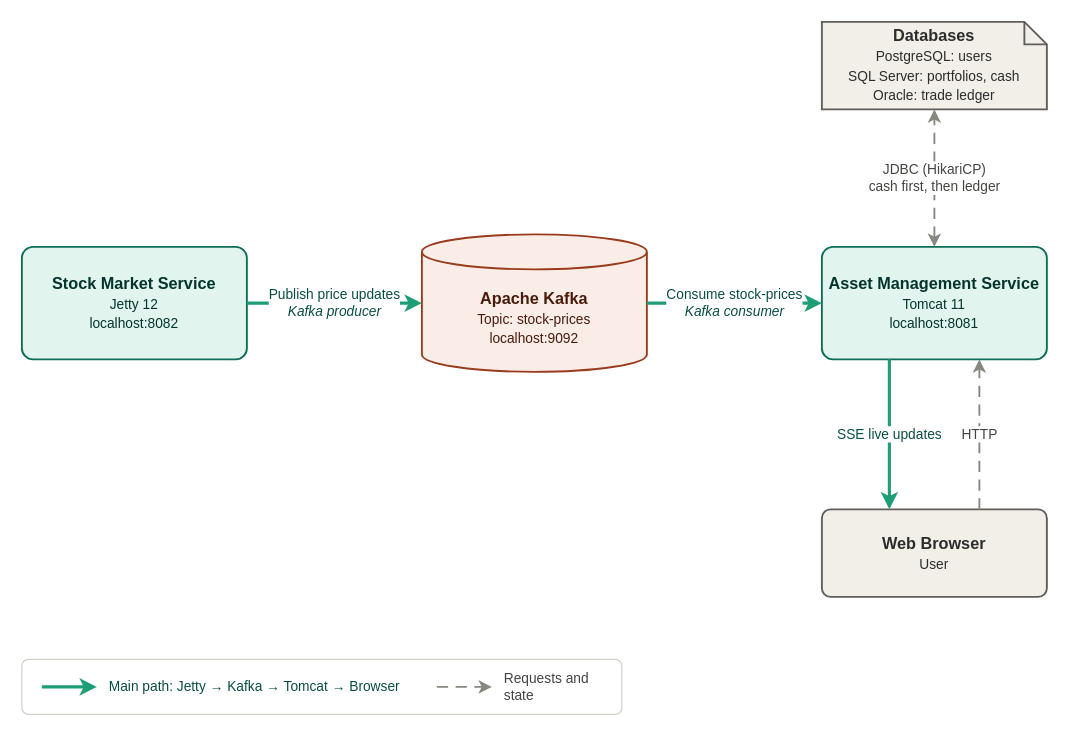
The draw.io diagram stock-market-project/stock-portfolio-architecture.drawio in alexvladu/distributed-java, before the edit. Source tidied: cells renumbered, new cells numbered last; positions are measured from the earlier drawing's top-left corner, leaving out a move shared by most shapes. Both pictures are drawn from the tidied source at 125%, with x=0, y=0 at pixel (21, 21).
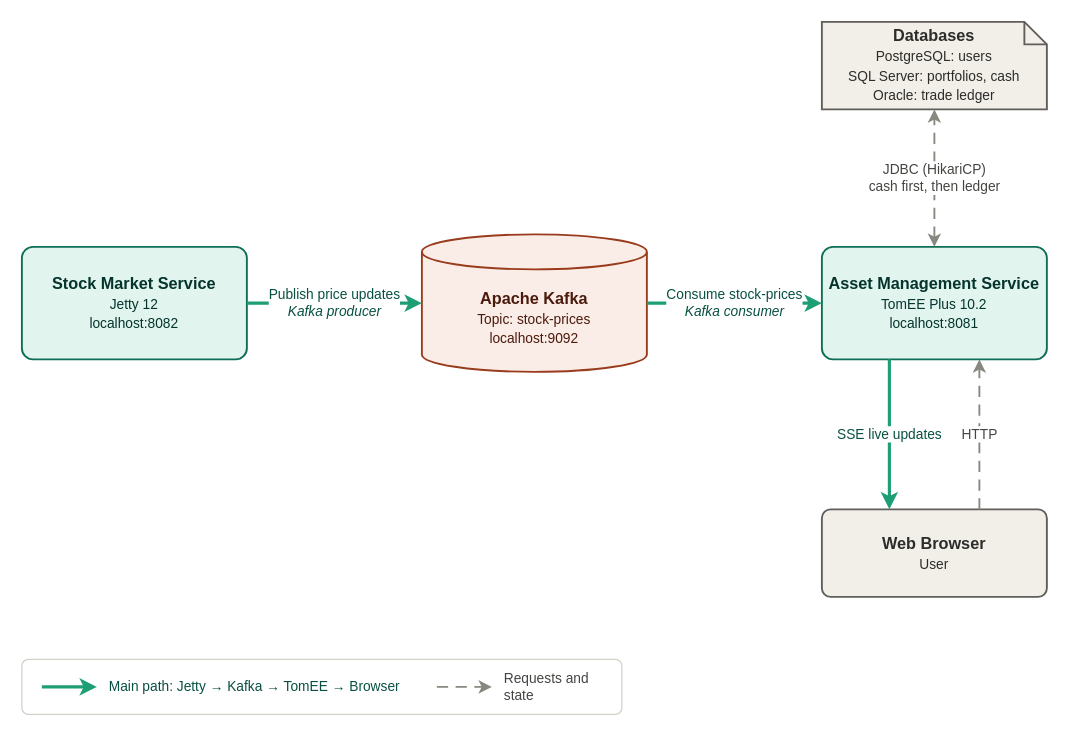
After the change.

Commit message (it also covers changes not shown here):
Migrate asset-management service from Tomcat to TomEE Plus

Change to the diagram source:
```diff
@@
 <mxGraphModel>
   <root>
     <mxCell id="0" />
     <mxCell id="1" parent="0" />
     <mxCell id="2" value="&lt;b&gt;Databases&lt;/b&gt;&lt;br&gt;&lt;font style=&quot;font-size:11px&quot;&gt;PostgreSQL: users&lt;br&gt;SQL Server: portfolios, cash&lt;br&gt;Oracle: trade ledger&lt;/font&gt;" style="shape=note;size=18;whiteSpace=wrap;html=1;fillColor=#F1EFE8;strokeColor=#5F5E5A;fontColor=#2C2C2A;fontSize=13;strokeWidth=1.5;" parent="1" vertex="1">
       <mxGeometry x="640" width="180" height="70" as="geometry" />
     </mxCell>
     <mxCell id="3" value="&lt;b&gt;Stock Market Service&lt;/b&gt;&lt;br&gt;&lt;font style=&quot;font-size:11px&quot;&gt;Jetty 12&lt;br&gt;localhost:8082&lt;/font&gt;" style="rounded=1;arcSize=10;whiteSpace=wrap;html=1;fillColor=#E1F5EE;strokeColor=#0F6E56;fontColor=#04342C;fontSize=13;strokeWidth=1.5;" parent="1" vertex="1">
       <mxGeometry y="180" width="180" height="90" as="geometry" />
     </mxCell>
     <mxCell id="4" value="&lt;b&gt;Apache Kafka&lt;/b&gt;&lt;br&gt;&lt;font style=&quot;font-size:11px&quot;&gt;Topic: stock-prices&lt;br&gt;localhost:9092&lt;/font&gt;" style="shape=cylinder3;boundedLbl=1;backgroundOutline=1;size=14;whiteSpace=wrap;html=1;fillColor=#FAECE7;strokeColor=#993C1D;fontColor=#4A1B0C;fontSize=13;strokeWidth=1.5;" parent="1" vertex="1">
       <mxGeometry x="320" y="170" width="180" height="110" as="geometry" />
     </mxCell>
-    <mxCell id="5" value="&lt;b&gt;Asset Management Service&lt;/b&gt;&lt;br&gt;&lt;font style=&quot;font-size:11px&quot;&gt;Tomcat 11&lt;br&gt;localhost:8081&lt;/font&gt;" style="rounded=1;arcSize=10;whiteSpace=wrap;html=1;fillColor=#E1F5EE;strokeColor=#0F6E56;fontColor=#04342C;fontSize=13;strokeWidth=1.5;" parent="1" vertex="1">
+    <mxCell id="5" value="&lt;b&gt;Asset Management Service&lt;/b&gt;&lt;br&gt;&lt;font style=&quot;font-size:11px&quot;&gt;TomEE Plus 10.2&lt;br&gt;localhost:8081&lt;/font&gt;" style="rounded=1;arcSize=10;whiteSpace=wrap;html=1;fillColor=#E1F5EE;strokeColor=#0F6E56;fontColor=#04342C;fontSize=13;strokeWidth=1.5;" parent="1" vertex="1">
       <mxGeometry x="640" y="180" width="180" height="90" as="geometry" />
     </mxCell>
     <mxCell id="6" value="&lt;b&gt;Web Browser&lt;/b&gt;&lt;br&gt;&lt;font style=&quot;font-size:11px&quot;&gt;User&lt;/font&gt;" style="rounded=1;arcSize=10;whiteSpace=wrap;html=1;fillColor=#F1EFE8;strokeColor=#5F5E5A;fontColor=#2C2C2A;fontSize=13;strokeWidth=1.5;" parent="1" vertex="1">
       <mxGeometry x="640" y="390" width="180" height="70" as="geometry" />
     </mxCell>
     <mxCell id="7" value="Publish price updates&lt;br&gt;&lt;i&gt;Kafka producer&lt;/i&gt;" style="edgeStyle=orthogonalEdgeStyle;rounded=0;html=1;endArrow=classic;endFill=1;strokeColor=#1D9E75;strokeWidth=2.5;fontSize=11;fontColor=#085041;labelBackgroundColor=default;" parent="1" edge="1" source="3" target="4">
       <mxGeometry relative="1" as="geometry" />
     </mxCell>
     <mxCell id="8" value="Consume stock-prices&lt;br&gt;&lt;i&gt;Kafka consumer&lt;/i&gt;" style="edgeStyle=orthogonalEdgeStyle;rounded=0;html=1;endArrow=classic;endFill=1;strokeColor=#1D9E75;strokeWidth=2.5;fontSize=11;fontColor=#085041;labelBackgroundColor=default;" parent="1" edge="1" source="4" target="5">
       <mxGeometry relative="1" as="geometry" />
     </mxCell>
     <mxCell id="9" value="SSE live updates" style="edgeStyle=orthogonalEdgeStyle;rounded=0;html=1;exitX=0.3;exitY=1;exitDx=0;exitDy=0;entryX=0.3;entryY=0;entryDx=0;entryDy=0;endArrow=classic;endFill=1;strokeColor=#1D9E75;strokeWidth=2.5;fontSize=11;fontColor=#085041;labelBackgroundColor=default;" parent="1" edge="1" source="5" target="6">
       <mxGeometry relative="1" as="geometry" />
     </mxCell>
     <mxCell id="10" value="HTTP" style="edgeStyle=orthogonalEdgeStyle;rounded=0;html=1;exitX=0.7;exitY=0;exitDx=0;exitDy=0;entryX=0.7;entryY=1;entryDx=0;entryDy=0;endArrow=classic;endFill=1;dashed=1;dashPattern=6 4;strokeColor=#888780;strokeWidth=1.5;fontSize=11;fontColor=#444441;labelBackgroundColor=default;" parent="1" edge="1" source="6" target="5">
       <mxGeometry relative="1" as="geometry" />
     </mxCell>
     <mxCell id="11" value="JDBC (HikariCP)&lt;br&gt;cash first, then ledger" style="edgeStyle=orthogonalEdgeStyle;rounded=0;html=1;startArrow=classic;startFill=1;endArrow=classic;endFill=1;dashed=1;dashPattern=6 4;strokeColor=#888780;strokeWidth=1.5;fontSize=11;fontColor=#444441;labelBackgroundColor=default;" parent="1" edge="1" source="5" target="2">
       <mxGeometry relative="1" as="geometry" />
     </mxCell>
     <mxCell id="12" style="rounded=1;arcSize=12;whiteSpace=wrap;html=1;fillColor=none;strokeColor=#D3D1C7;strokeWidth=1;" parent="1" vertex="1">
       <mxGeometry y="510" width="480" height="44" as="geometry" />
     </mxCell>
     <mxCell id="13" style="endArrow=classic;endFill=1;html=1;strokeColor=#1D9E75;strokeWidth=2.5;" parent="1" edge="1">
       <mxGeometry relative="1" as="geometry">
         <mxPoint x="16" y="532" as="sourcePoint" />
         <mxPoint x="60" y="532" as="targetPoint" />
       </mxGeometry>
     </mxCell>
-    <mxCell id="14" value="Main path: Jetty → Kafka → Tomcat → Browser" style="text;html=1;align=left;verticalAlign=middle;whiteSpace=wrap;fontSize=11;fontColor=#085041;" parent="1" vertex="1">
+    <mxCell id="14" value="Main path: Jetty → Kafka → TomEE → Browser" style="text;html=1;align=left;verticalAlign=middle;whiteSpace=wrap;fontSize=11;fontColor=#085041;" parent="1" vertex="1">
       <mxGeometry x="68" y="520" width="250" height="24" as="geometry" />
     </mxCell>
     <mxCell id="15" style="endArrow=classic;endFill=1;html=1;dashed=1;dashPattern=6 4;strokeColor=#888780;strokeWidth=1.5;" parent="1" edge="1">
       <mxGeometry relative="1" as="geometry">
         <mxPoint x="332" y="532" as="sourcePoint" />
         <mxPoint x="376" y="532" as="targetPoint" />
       </mxGeometry>
     </mxCell>
     <mxCell id="16" value="Requests and state" style="text;html=1;align=left;verticalAlign=middle;whiteSpace=wrap;fontSize=11;fontColor=#444441;" parent="1" vertex="1">
       <mxGeometry x="384" y="520" width="92" height="24" as="geometry" />
     </mxCell>
   </root>
 </mxGraphModel>
```
